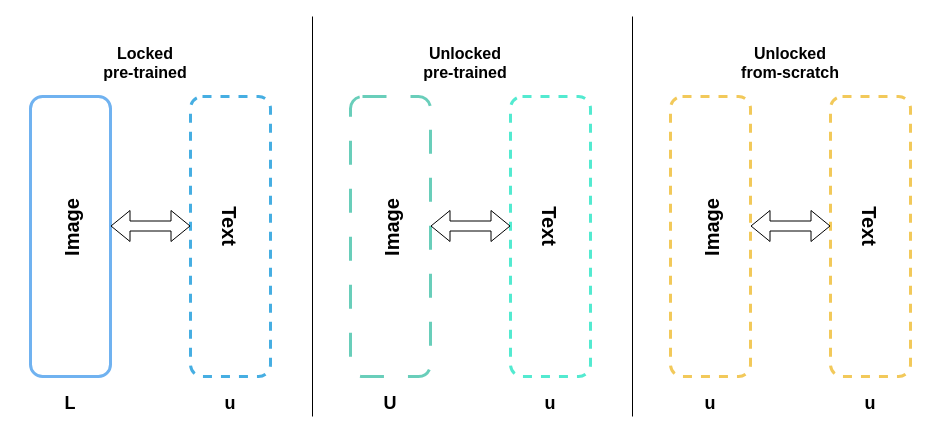
Earlier version of the draw.io diagram page "图3.1 锁定图像调整" (1 of 3) of 论文/第3章/第3章.drawio (ssl1995/draw). Source tidied: cells renumbered, new cells numbered last; positions are measured from the earlier drawing's top-left corner, leaving out a move shared by most shapes. Both pictures are drawn from the tidied source at 100%, with x=0, y=0 at pixel (25, 16).
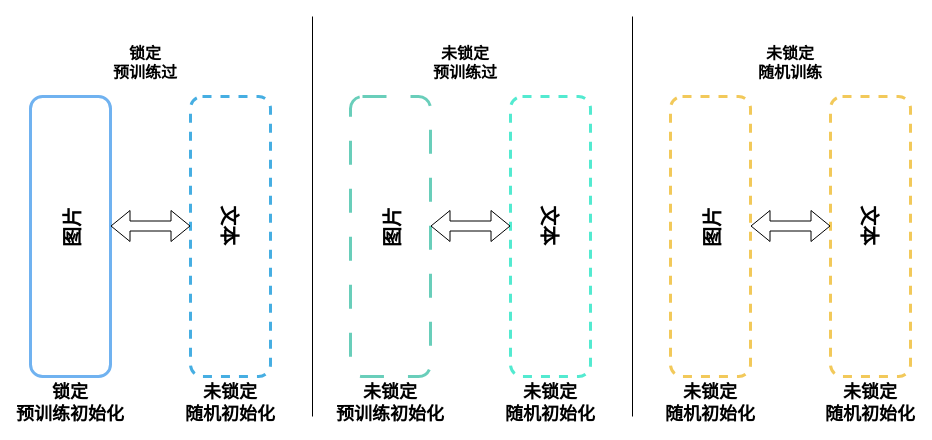
Above is the later version.

Diff of the diagram source:
```diff
@@
-    <mxCell id="8" value="Locked&#10;pre-trained" style="text;strokeColor=none;fillColor=none;align=center;verticalAlign=middle;rounded=0;fontSize=16;fontStyle=1;" parent="1" vertex="1">
+    <mxCell id="8" value="锁定&#10;预训练过" style="text;strokeColor=none;fillColor=none;align=center;verticalAlign=middle;rounded=0;fontSize=16;fontStyle=1;" parent="1" vertex="1">
       <mxGeometry x="75" y="30" width="90" height="30" as="geometry" />
     </mxCell>
-    <mxCell id="9" value="Unlocked&#10;pre-trained" style="text;strokeColor=none;fillColor=none;align=center;verticalAlign=middle;rounded=0;fontSize=16;fontStyle=1;" parent="1" vertex="1">
+    <mxCell id="9" value="未锁定&#10;预训练过" style="text;strokeColor=none;fillColor=none;align=center;verticalAlign=middle;rounded=0;fontSize=16;fontStyle=1;" parent="1" vertex="1">
       <mxGeometry x="395" y="30" width="90" height="30" as="geometry" />
     </mxCell>
-    <mxCell id="10" value="Unlocked&#10;from-scratch" style="text;strokeColor=none;fillColor=none;align=center;verticalAlign=middle;rounded=0;fontSize=16;fontStyle=1;" parent="1" vertex="1">
+    <mxCell id="10" value="未锁定&#10;随机训练" style="text;strokeColor=none;fillColor=none;align=center;verticalAlign=middle;rounded=0;fontSize=16;fontStyle=1;" parent="1" vertex="1">
       <mxGeometry x="715" y="30" width="100" height="30" as="geometry" />
     </mxCell>
-    <mxCell id="11" value="Image" style="text;strokeColor=none;fillColor=none;align=center;verticalAlign=middle;rounded=0;fontSize=20;fontStyle=1;rotation=270;" parent="1" vertex="1">
+    <mxCell id="11" value="图片" style="text;strokeColor=none;fillColor=none;align=center;verticalAlign=middle;rounded=0;fontSize=20;fontStyle=1;rotation=270;" parent="1" vertex="1">
       <mxGeometry y="190" width="90" height="40" as="geometry" />
     </mxCell>
-    <mxCell id="12" value="Text" style="text;strokeColor=none;fillColor=none;align=center;verticalAlign=middle;rounded=0;fontSize=20;fontStyle=1;rotation=90;" parent="1" vertex="1">
+    <mxCell id="12" value="文本" style="text;strokeColor=none;fillColor=none;align=center;verticalAlign=middle;rounded=0;fontSize=20;fontStyle=1;rotation=90;" parent="1" vertex="1">
       <mxGeometry x="160" y="190" width="90" height="40" as="geometry" />
     </mxCell>
-    <mxCell id="13" value="Image" style="text;strokeColor=none;fillColor=none;align=center;verticalAlign=middle;rounded=0;fontSize=20;fontStyle=1;rotation=270;" parent="1" vertex="1">
+    <mxCell id="13" value="图片" style="text;strokeColor=none;fillColor=none;align=center;verticalAlign=middle;rounded=0;fontSize=20;fontStyle=1;rotation=270;" parent="1" vertex="1">
       <mxGeometry x="320" y="190" width="90" height="40" as="geometry" />
     </mxCell>
-    <mxCell id="14" value="Text" style="text;strokeColor=none;fillColor=none;align=center;verticalAlign=middle;rounded=0;fontSize=20;fontStyle=1;rotation=90;" parent="1" vertex="1">
+    <mxCell id="14" value="文本" style="text;strokeColor=none;fillColor=none;align=center;verticalAlign=middle;rounded=0;fontSize=20;fontStyle=1;rotation=90;" parent="1" vertex="1">
       <mxGeometry x="480" y="190" width="90" height="40" as="geometry" />
     </mxCell>
-    <mxCell id="15" value="Image" style="text;strokeColor=none;fillColor=none;align=center;verticalAlign=middle;rounded=0;fontSize=20;fontStyle=1;rotation=270;" parent="1" vertex="1">
+    <mxCell id="15" value="图片" style="text;strokeColor=none;fillColor=none;align=center;verticalAlign=middle;rounded=0;fontSize=20;fontStyle=1;rotation=270;" parent="1" vertex="1">
       <mxGeometry x="640" y="190" width="90" height="40" as="geometry" />
     </mxCell>
-    <mxCell id="16" value="Text" style="text;strokeColor=none;fillColor=none;align=center;verticalAlign=middle;rounded=0;fontSize=20;fontStyle=1;rotation=90;" parent="1" vertex="1">
+    <mxCell id="16" value="文本" style="text;strokeColor=none;fillColor=none;align=center;verticalAlign=middle;rounded=0;fontSize=20;fontStyle=1;rotation=90;" parent="1" vertex="1">
       <mxGeometry x="800" y="190" width="90" height="40" as="geometry" />
     </mxCell>
@@
-    <mxCell id="22" value="L" style="text;strokeColor=none;fillColor=none;align=center;verticalAlign=middle;rounded=0;fontSize=18;fontStyle=1;" parent="1" vertex="1">
+    <mxCell id="22" value="锁定&#10;预训练初始化" style="text;strokeColor=none;fillColor=none;align=center;verticalAlign=middle;rounded=0;fontSize=18;fontStyle=1;" parent="1" vertex="1">
       <mxGeometry x="15" y="370" width="60" height="30" as="geometry" />
     </mxCell>
-    <mxCell id="23" value="u" style="text;strokeColor=none;fillColor=none;align=center;verticalAlign=middle;rounded=0;fontSize=18;fontStyle=1;" parent="1" vertex="1">
+    <mxCell id="23" value="未锁定&#10;随机初始化" style="text;strokeColor=none;fillColor=none;align=center;verticalAlign=middle;rounded=0;fontSize=18;fontStyle=1;" parent="1" vertex="1">
       <mxGeometry x="175" y="370" width="60" height="30" as="geometry" />
     </mxCell>
-    <mxCell id="24" value="U" style="text;strokeColor=none;fillColor=none;align=center;verticalAlign=middle;rounded=0;fontSize=18;fontStyle=1;" parent="1" vertex="1">
+    <mxCell id="24" value="未锁定&#10;预训练初始化" style="text;strokeColor=none;fillColor=none;align=center;verticalAlign=middle;rounded=0;fontSize=18;fontStyle=1;" parent="1" vertex="1">
       <mxGeometry x="335" y="370" width="60" height="30" as="geometry" />
     </mxCell>
-    <mxCell id="25" value="u" style="text;strokeColor=none;fillColor=none;align=center;verticalAlign=middle;rounded=0;fontSize=18;fontStyle=1;" parent="1" vertex="1">
+    <mxCell id="25" value="未锁定&#10;随机初始化" style="text;strokeColor=none;fillColor=none;align=center;verticalAlign=middle;rounded=0;fontSize=18;fontStyle=1;" parent="1" vertex="1">
       <mxGeometry x="495" y="370" width="60" height="30" as="geometry" />
     </mxCell>
-    <mxCell id="26" value="u" style="text;strokeColor=none;fillColor=none;align=center;verticalAlign=middle;rounded=0;fontSize=18;fontStyle=1;" parent="1" vertex="1">
+    <mxCell id="26" value="未锁定&#10;随机初始化" style="text;strokeColor=none;fillColor=none;align=center;verticalAlign=middle;rounded=0;fontSize=18;fontStyle=1;" parent="1" vertex="1">
       <mxGeometry x="655" y="370" width="60" height="30" as="geometry" />
     </mxCell>
-    <mxCell id="27" value="u" style="text;strokeColor=none;fillColor=none;align=center;verticalAlign=middle;rounded=0;fontSize=18;fontStyle=1;" parent="1" vertex="1">
+    <mxCell id="27" value="未锁定&#10;随机初始化" style="text;strokeColor=none;fillColor=none;align=center;verticalAlign=middle;rounded=0;fontSize=18;fontStyle=1;" parent="1" vertex="1">
       <mxGeometry x="815" y="370" width="60" height="30" as="geometry" />
     </mxCell>
```
